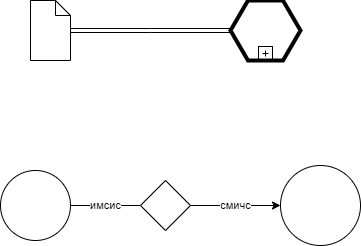
The draw.io diagram Untitled_Diagram.drawio.png in dkorolev13/test_drawio, before a commit. Source tidied: cells renumbered, new cells last; positions are measured from the earlier drawing's top-left corner, leaving out a move shared by most shapes.
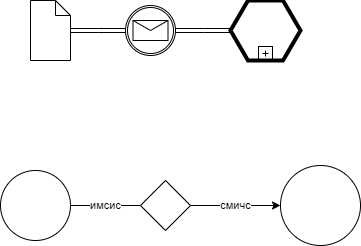
Above is the later version.

What changed in the source:
```diff
@@ -5,9 +5,8 @@
     <mxCell id="2" style="shape=mxgraph.bpmn.data;labelPosition=center;verticalLabelPosition=bottom;align=center;verticalAlign=top;size=15;html=1;" parent="1" vertex="1">
       <mxGeometry x="30" width="40" height="60" as="geometry" />
     </mxCell>
-    <mxCell id="3" style="edgeStyle=elbowEdgeStyle;fontSize=12;html=1;shape=link;rounded=0;" parent="1" edge="1">
+    <mxCell id="3" style="edgeStyle=elbowEdgeStyle;fontSize=12;html=1;shape=link;rounded=0;startArrow=none;" parent="1" edge="1" source="11">
       <mxGeometry relative="1" as="geometry">
-        <mxPoint x="70" y="30" as="sourcePoint" />
         <mxPoint x="230" y="30" as="targetPoint" />
       </mxGeometry>
     </mxCell>
@@ -29,5 +28,13 @@
     <mxCell id="9" style="points=[[0.25,0.25,0],[0.5,0,0],[0.75,0.25,0],[1,0.5,0],[0.75,0.75,0],[0.5,1,0],[0.25,0.75,0],[0,0.5,0]];shape=mxgraph.bpmn.gateway2;html=1;verticalLabelPosition=bottom;labelBackgroundColor=#ffffff;verticalAlign=top;align=center;perimeter=rhombusPerimeter;outlineConnect=0;outline=none;symbol=none;" parent="1" vertex="1">
       <mxGeometry x="140" y="180" width="50" height="50" as="geometry" />
     </mxCell>
+    <mxCell id="10" style="edgeStyle=elbowEdgeStyle;fontSize=12;html=1;shape=link;rounded=0;endArrow=none;" parent="1" edge="1" target="11">
+      <mxGeometry relative="1" as="geometry">
+        <mxPoint x="70" y="30" as="sourcePoint" />
+      </mxGeometry>
+    </mxCell>
+    <mxCell id="11" style="points=[[0.145,0.145,0],[0.5,0,0],[0.855,0.145,0],[1,0.5,0],[0.855,0.855,0],[0.5,1,0],[0.145,0.855,0],[0,0.5,0]];shape=mxgraph.bpmn.event;html=1;verticalLabelPosition=bottom;labelBackgroundColor=#ffffff;verticalAlign=top;align=center;perimeter=ellipsePerimeter;outlineConnect=0;outline=boundInt;symbol=message;" parent="1" vertex="1">
+      <mxGeometry x="125" y="5" width="50" height="50" as="geometry" />
+    </mxCell>
   </root>
 </mxGraphModel>
```
